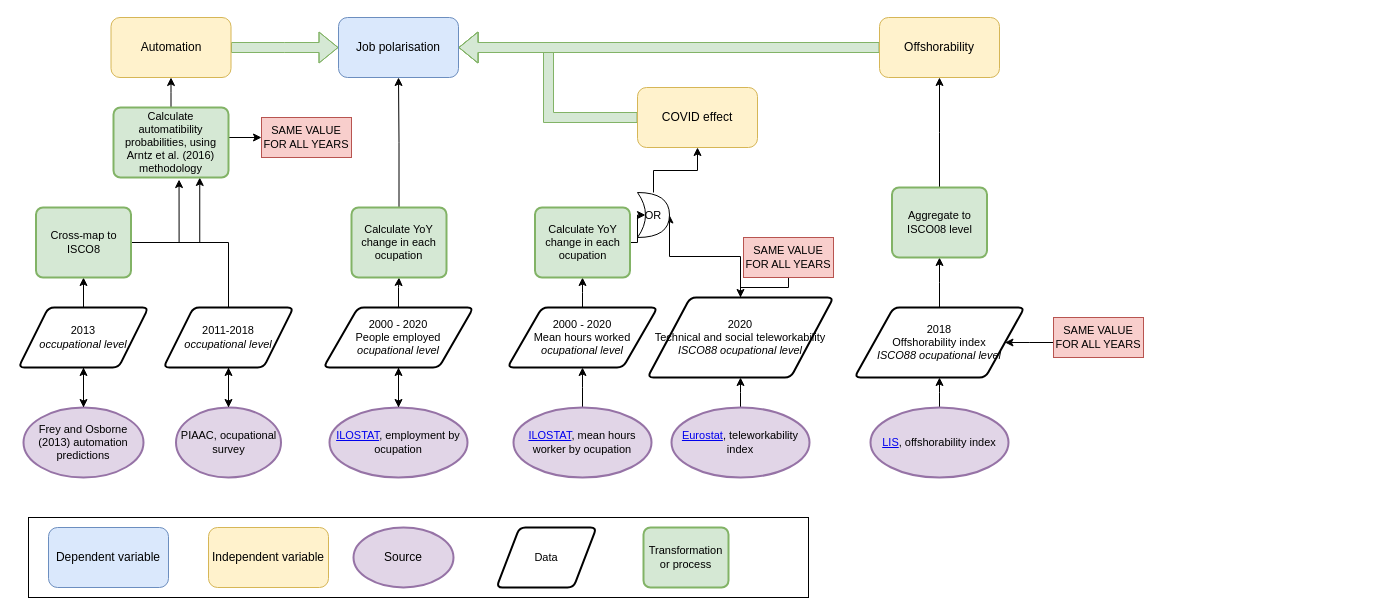
Above: My_bachelor_methodology.drawio in Dmusulas/Statistical-projects (draw.io), before the change. Source tidied: cells renumbered, new cells numbered last; positions are measured from the earlier drawing's top-left corner, leaving out a move shared by most shapes. Both pictures are drawn from the tidied source at 100%, with x=0, y=0 at pixel (18, 17).
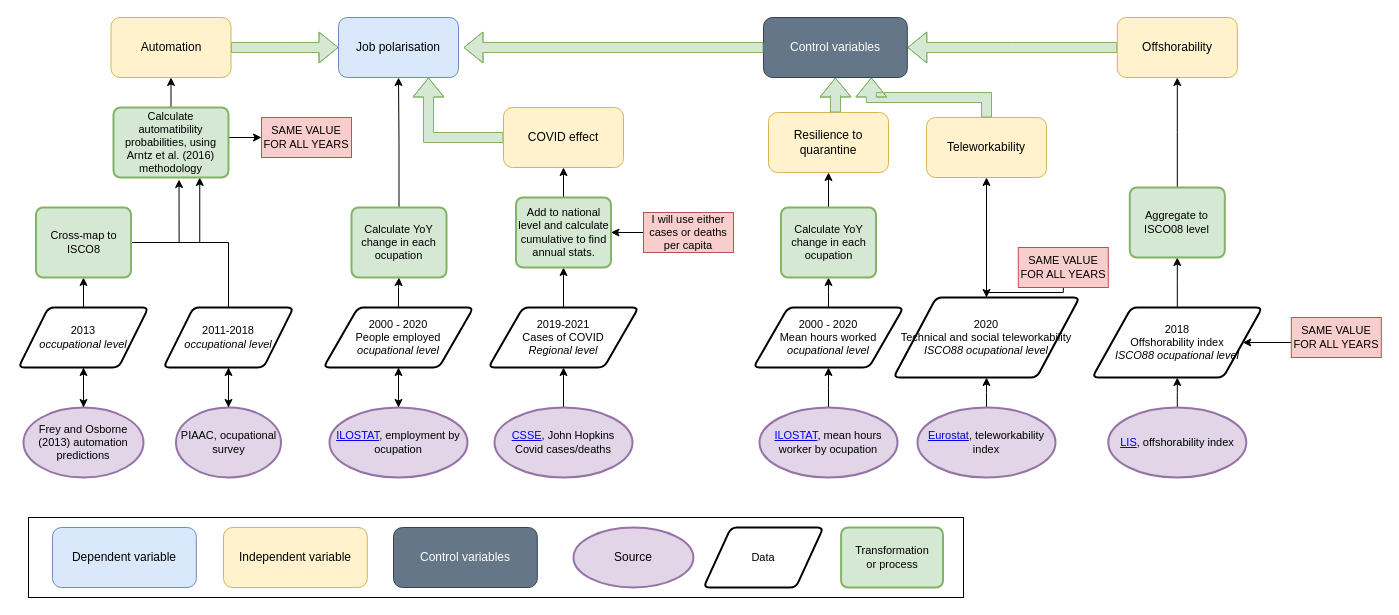
Above is the later version.

The change refers to these unchanged cells:
```xml
<mxCell id="2" value="Job polarisation" style="rounded=1;whiteSpace=wrap;html=1;fillColor=#dae8fc;strokeColor=#6c8ebf;" parent="1" vertex="1">
  <mxGeometry x="320" width="120" height="60" as="geometry" />
</mxCell>
```

Diff of the diagram source:
```diff
@@
-    <mxCell id="10" style="group;" parent="1" vertex="1">
-      <mxGeometry x="10" y="500" width="780" height="80" as="geometry" />
+    <mxCell id="10" style="group;fillColor=#647687;fontColor=#ffffff;strokeColor=#314354;" parent="1" vertex="1">
+      <mxGeometry x="10" y="500" width="935" height="80" as="geometry" />
     </mxCell>
     <mxCell id="11" style="rounded=0;whiteSpace=wrap;html=1;fontStyle=1;" parent="10" vertex="1">
-      <mxGeometry width="780" height="80" as="geometry" />
+      <mxGeometry width="935" height="80" as="geometry" />
     </mxCell>
     <mxCell id="12" value="Dependent variable" style="rounded=1;whiteSpace=wrap;html=1;fillColor=#dae8fc;strokeColor=#6c8ebf;" parent="10" vertex="1">
-      <mxGeometry x="20" y="10" width="120" height="60" as="geometry" />
+      <mxGeometry x="24" y="10" width="143.8" height="60" as="geometry" />
     </mxCell>
     <mxCell id="13" value="Independent variable" style="rounded=1;whiteSpace=wrap;html=1;fillColor=#fff2cc;strokeColor=#d6b656;" parent="10" vertex="1">
-      <mxGeometry x="180" y="10" width="120" height="60" as="geometry" />
+      <mxGeometry x="195" y="10" width="143.8" height="60" as="geometry" />
     </mxCell>
     <mxCell id="14" value="Source" style="strokeWidth=2;html=1;shape=mxgraph.flowchart.start_1;whiteSpace=wrap;fillColor=#e1d5e7;strokeColor=#9673a6;" parent="10" vertex="1">
-      <mxGeometry x="325" y="10" width="100" height="60" as="geometry" />
+      <mxGeometry x="545" y="10" width="119.9" height="60" as="geometry" />
     </mxCell>
     <mxCell id="15" value="Data" style="shape=parallelogram;html=1;strokeWidth=2;perimeter=parallelogramPerimeter;whiteSpace=wrap;rounded=1;arcSize=12;size=0.23;fontSize=11;" parent="10" vertex="1">
-      <mxGeometry x="468" y="10" width="100" height="60" as="geometry" />
+      <mxGeometry x="675" y="10" width="119.9" height="60" as="geometry" />
     </mxCell>
     <mxCell id="16" value="&lt;div&gt;Transformation&lt;/div&gt;&lt;div&gt;or process&lt;/div&gt;" style="rounded=1;whiteSpace=wrap;html=1;absoluteArcSize=1;arcSize=14;strokeWidth=2;fontSize=11;fillColor=#d5e8d4;strokeColor=#82b366;" parent="10" vertex="1">
-      <mxGeometry x="615" y="10" width="85" height="60" as="geometry" />
+      <mxGeometry x="812.6" y="10" width="101.9" height="60" as="geometry" />
     </mxCell>
+    <mxCell id="61" value="&lt;div&gt;Control variables&lt;/div&gt;" style="rounded=1;whiteSpace=wrap;html=1;fillColor=#647687;strokeColor=#314354;fontColor=#ffffff;" parent="10" vertex="1">
+      <mxGeometry x="365" y="10" width="143.8" height="60" as="geometry" />
+    </mxCell>
@@
     <mxCell id="35" value="&lt;a href=&quot;%3CmxGraphModel%3E%3Croot%3E%3CmxCell%20id%3D%220%22%2F%3E%3CmxCell%20id%3D%221%22%20parent%3D%220%22%2F%3E%3CmxCell%20id%3D%222%22%20value%3D%22Automation%22%20style%3D%22rounded%3D1%3BwhiteSpace%3Dwrap%3Bhtml%3D1%3BfillColor%3D%23fff2cc%3BstrokeColor%3D%23d6b656%3B%22%20vertex%3D%221%22%20parent%3D%221%22%3E%3CmxGeometry%20x%3D%22117.5%22%20y%3D%2240%22%20width%3D%22120%22%20height%3D%2260%22%20as%3D%22geometry%22%2F%3E%3C%2FmxCell%3E%3C%2Froot%3E%3C%2FmxGraphModel%3E&quot;&gt;ILOSTAT&lt;/a&gt;, mean hours worker by ocupation" style="strokeWidth=2;html=1;shape=mxgraph.flowchart.start_1;whiteSpace=wrap;fillColor=#e1d5e7;strokeColor=#9673a6;fontSize=11;" parent="1" vertex="1">
-      <mxGeometry x="495" y="390" width="138" height="70" as="geometry" />
+      <mxGeometry x="741" y="390" width="138" height="70" as="geometry" />
     </mxCell>
-    <mxCell id="36" style="edgeStyle=elbowEdgeStyle;rounded=0;jettySize=auto;html=1;entryX=1;entryY=0.5;entryDx=0;entryDy=0;fontSize=11;strokeWidth=1;shape=flexArrow;fillColor=#d5e8d4;strokeColor=#82b366;" parent="1" edge="1" source="37" target="2">
+    <mxCell id="36" style="edgeStyle=orthogonalEdgeStyle;rounded=0;jettySize=auto;html=1;entryX=0.75;entryY=1;entryDx=0;entryDy=0;fontSize=11;strokeWidth=1;shape=flexArrow;fillColor=#d5e8d4;strokeColor=#82b366;" parent="1" edge="1" source="37" target="2">
       <mxGeometry relative="1" as="geometry" />
     </mxCell>
     <mxCell id="37" value="COVID effect" style="rounded=1;whiteSpace=wrap;html=1;fillColor=#fff2cc;strokeColor=#d6b656;" parent="1" vertex="1">
-      <mxGeometry x="619" y="70" width="120" height="60" as="geometry" />
+      <mxGeometry x="485" y="90" width="120" height="60" as="geometry" />
     </mxCell>
@@
     <mxCell id="39" value="&lt;div&gt;2000 - 2020&lt;/div&gt;&lt;div&gt;Mean hours worked &lt;br&gt;&lt;/div&gt;&lt;div&gt;&lt;i&gt;ocupational level&lt;/i&gt;&lt;br&gt;&lt;/div&gt;" style="shape=parallelogram;html=1;strokeWidth=2;perimeter=parallelogramPerimeter;whiteSpace=wrap;rounded=1;arcSize=12;size=0.23;fontSize=11;" parent="1" vertex="1">
-      <mxGeometry x="489" y="290" width="150" height="60" as="geometry" />
+      <mxGeometry x="735" y="290" width="150" height="60" as="geometry" />
     </mxCell>
-    <mxCell id="40" style="edgeStyle=elbowEdgeStyle;rounded=0;jettySize=auto;html=1;entryX=0.25;entryY=0.5;entryDx=0;entryDy=0;entryPerimeter=0;fontSize=11;strokeWidth=1;" parent="1" edge="1" source="41" target="47">
-      <mxGeometry relative="1" as="geometry" />
-    </mxCell>
+    <mxCell id="62" style="edgeStyle=orthogonalEdgeStyle;rounded=0;jettySize=auto;html=1;" parent="1" edge="1" source="41" target="73">
+      <mxGeometry relative="1" as="geometry" />
+    </mxCell>
     <mxCell id="41" value="Calculate YoY change in each ocupation" style="rounded=1;whiteSpace=wrap;html=1;absoluteArcSize=1;arcSize=14;strokeWidth=2;fontSize=11;fillColor=#d5e8d4;strokeColor=#82b366;" parent="1" vertex="1">
-      <mxGeometry x="516.5" y="190" width="95" height="70" as="geometry" />
+      <mxGeometry x="762.5" y="190" width="95" height="70" as="geometry" />
     </mxCell>
@@
     <mxCell id="43" value="&lt;a href=&quot;https://ec.europa.eu/jrc/sites/default/files/jrc121193.pdf&quot;&gt;Eurostat&lt;/a&gt;, teleworkability index" style="strokeWidth=2;html=1;shape=mxgraph.flowchart.start_1;whiteSpace=wrap;fillColor=#e1d5e7;strokeColor=#9673a6;fontSize=11;" parent="1" vertex="1">
-      <mxGeometry x="653" y="390" width="138" height="70" as="geometry" />
+      <mxGeometry x="899" y="390" width="138" height="70" as="geometry" />
     </mxCell>
-    <mxCell id="44" style="edgeStyle=elbowEdgeStyle;rounded=0;jettySize=auto;html=1;entryX=1;entryY=0.5;entryDx=0;entryDy=0;entryPerimeter=0;fontSize=11;strokeWidth=1;elbow=vertical;" parent="1" edge="1" source="45" target="47">
-      <mxGeometry relative="1" as="geometry" />
-    </mxCell>
+    <mxCell id="63" style="edgeStyle=orthogonalEdgeStyle;rounded=0;jettySize=auto;html=1;entryX=0.5;entryY=1;entryDx=0;entryDy=0;" parent="1" edge="1" source="45" target="74">
+      <mxGeometry relative="1" as="geometry" />
+    </mxCell>
     <mxCell id="45" value="&lt;div style=&quot;font-size: 11px&quot;&gt;2020&lt;/div&gt;&lt;div style=&quot;font-size: 11px&quot;&gt;Technical and social teleworkability &lt;br style=&quot;font-size: 11px&quot;&gt;&lt;/div&gt;&lt;div style=&quot;font-size: 11px&quot;&gt;&lt;i style=&quot;font-size: 11px&quot;&gt;ISCO88 ocupational level&lt;/i&gt;&lt;br style=&quot;font-size: 11px&quot;&gt;&lt;/div&gt;" style="shape=parallelogram;html=1;strokeWidth=2;perimeter=parallelogramPerimeter;whiteSpace=wrap;rounded=1;arcSize=12;size=0.23;fontSize=11;" parent="1" vertex="1">
-      <mxGeometry x="629" y="280" width="186" height="80" as="geometry" />
+      <mxGeometry x="875" y="280" width="186" height="80" as="geometry" />
     </mxCell>
-    <mxCell id="46" style="edgeStyle=elbowEdgeStyle;rounded=0;jettySize=auto;elbow=vertical;html=1;entryX=0.5;entryY=1;entryDx=0;entryDy=0;fontSize=11;strokeWidth=1;" parent="1" edge="1" source="47" target="37">
-      <mxGeometry relative="1" as="geometry" />
-    </mxCell>
-    <mxCell id="47" value="OR" style="shape=xor;whiteSpace=wrap;html=1;fontSize=11;" parent="1" vertex="1">
-      <mxGeometry x="619" y="175" width="32" height="45" as="geometry" />
-    </mxCell>
@@
     <mxCell id="50" value="SAME VALUE FOR ALL YEARS" style="rounded=0;whiteSpace=wrap;html=1;fontSize=11;fillColor=#f8cecc;strokeColor=#b85450;" parent="1" vertex="1">
-      <mxGeometry x="725" y="220" width="90" height="40" as="geometry" />
+      <mxGeometry x="999.8" y="230" width="90" height="40" as="geometry" />
     </mxCell>
-    <mxCell id="51" style="edgeStyle=elbowEdgeStyle;rounded=0;jettySize=auto;elbow=vertical;html=1;fontSize=11;strokeWidth=1;shape=flexArrow;fillColor=#d5e8d4;strokeColor=#82b366;" parent="1" edge="1" source="52" target="2">
+    <mxCell id="51" style="edgeStyle=elbowEdgeStyle;rounded=0;jettySize=auto;elbow=vertical;html=1;fontSize=11;strokeWidth=1;shape=flexArrow;fillColor=#d5e8d4;strokeColor=#82b366;entryX=1;entryY=0.5;entryDx=0;entryDy=0;" parent="1" edge="1" source="52" target="64">
       <mxGeometry relative="1" as="geometry" />
     </mxCell>
     <mxCell id="52" value="Offshorability" style="rounded=1;whiteSpace=wrap;html=1;fillColor=#fff2cc;strokeColor=#d6b656;" parent="1" vertex="1">
-      <mxGeometry x="861" width="120" height="60" as="geometry" />
+      <mxGeometry x="1098.8" width="120" height="60" as="geometry" />
     </mxCell>
-    <mxCell id="53" style="edgeStyle=elbowEdgeStyle;rounded=0;jettySize=auto;elbow=vertical;html=1;fontSize=11;strokeWidth=1;" parent="1" edge="1" source="54" target="56">
-      <mxGeometry relative="1" as="geometry" />
+    <mxCell id="53" style="edgeStyle=elbowEdgeStyle;rounded=0;jettySize=auto;elbow=vertical;html=1;fontSize=11;strokeWidth=1;" parent="1" edge="1" source="54">
+      <mxGeometry relative="1" as="geometry">
+        <mxPoint x="1158.8" y="360" as="targetPoint" />
+      </mxGeometry>
     </mxCell>
     <mxCell id="54" value="&lt;a href=&quot;https://www.lisdatacenter.org/resources/other-databases/?highlight=offshoring&quot;&gt;LIS&lt;/a&gt;, offshorability index" style="strokeWidth=2;html=1;shape=mxgraph.flowchart.start_1;whiteSpace=wrap;fillColor=#e1d5e7;strokeColor=#9673a6;fontSize=11;" parent="1" vertex="1">
-      <mxGeometry x="852" y="390" width="138" height="70" as="geometry" />
+      <mxGeometry x="1089.8" y="390" width="138" height="70" as="geometry" />
     </mxCell>
-    <mxCell id="55" style="edgeStyle=elbowEdgeStyle;rounded=0;jettySize=auto;elbow=vertical;html=1;fontSize=11;strokeWidth=1;" parent="1" edge="1" source="56" target="58">
-      <mxGeometry relative="1" as="geometry" />
+    <mxCell id="55" style="edgeStyle=elbowEdgeStyle;rounded=0;jettySize=auto;elbow=vertical;html=1;fontSize=11;strokeWidth=1;" parent="1" edge="1" target="58">
+      <mxGeometry relative="1" as="geometry">
+        <mxPoint x="1158.8" y="290" as="sourcePoint" />
+      </mxGeometry>
     </mxCell>
     <mxCell id="56" value="2018&lt;br&gt;&lt;div style=&quot;font-size: 11px&quot;&gt;Offshorability index &lt;br style=&quot;font-size: 11px&quot;&gt;&lt;/div&gt;&lt;div style=&quot;font-size: 11px&quot;&gt;&lt;i style=&quot;font-size: 11px&quot;&gt;ISCO88 ocupational level&lt;/i&gt;&lt;br style=&quot;font-size: 11px&quot;&gt;&lt;/div&gt;" style="shape=parallelogram;html=1;strokeWidth=2;perimeter=parallelogramPerimeter;whiteSpace=wrap;rounded=1;arcSize=12;size=0.23;fontSize=11;" parent="1" vertex="1">
-      <mxGeometry x="836" y="290" width="170" height="70" as="geometry" />
+      <mxGeometry x="1073.8" y="290" width="170" height="70" as="geometry" />
     </mxCell>
@@
     <mxCell id="58" value="Aggregate to ISCO08 level" style="rounded=1;whiteSpace=wrap;html=1;absoluteArcSize=1;arcSize=14;strokeWidth=2;fontSize=11;fillColor=#d5e8d4;strokeColor=#82b366;" parent="1" vertex="1">
-      <mxGeometry x="873.5" y="170" width="95" height="70" as="geometry" />
+      <mxGeometry x="1111.3" y="170" width="95" height="70" as="geometry" />
     </mxCell>
-    <mxCell id="59" style="edgeStyle=elbowEdgeStyle;rounded=0;jettySize=auto;elbow=vertical;html=1;entryX=1;entryY=0.5;entryDx=0;entryDy=0;fontSize=11;strokeWidth=1;" parent="1" edge="1" source="60" target="56">
-      <mxGeometry relative="1" as="geometry" />
+    <mxCell id="59" style="edgeStyle=elbowEdgeStyle;rounded=0;jettySize=auto;elbow=vertical;html=1;entryX=1;entryY=0.5;entryDx=0;entryDy=0;fontSize=11;strokeWidth=1;" parent="1" edge="1" source="60">
+      <mxGeometry relative="1" as="geometry">
+        <mxPoint x="1224.3" y="325" as="targetPoint" />
+      </mxGeometry>
     </mxCell>
     <mxCell id="60" value="SAME VALUE FOR ALL YEARS" style="rounded=0;whiteSpace=wrap;html=1;fontSize=11;fillColor=#f8cecc;strokeColor=#b85450;" parent="1" vertex="1">
-      <mxGeometry x="1035" y="300" width="90" height="40" as="geometry" />
+      <mxGeometry x="1272.8" y="300" width="90" height="40" as="geometry" />
     </mxCell>
+    <mxCell id="64" value="&lt;div&gt;Control variables&lt;/div&gt;" style="rounded=1;whiteSpace=wrap;html=1;fillColor=#647687;strokeColor=#314354;fontColor=#ffffff;" parent="1" vertex="1">
+      <mxGeometry x="745" width="143.8" height="60" as="geometry" />
+    </mxCell>
+    <mxCell id="65" style="edgeStyle=orthogonalEdgeStyle;rounded=0;jettySize=auto;html=1;" parent="1" edge="1" source="66" target="68">
+      <mxGeometry relative="1" as="geometry" />
+    </mxCell>
+    <mxCell id="66" value="&lt;div&gt;&lt;a href=&quot;https://github.com/Dmusulas/COVID-19&quot;&gt;CSSE&lt;/a&gt;, John Hopkins&lt;/div&gt;&lt;div&gt;Covid cases/deaths&lt;br&gt;&lt;/div&gt;" style="strokeWidth=2;html=1;shape=mxgraph.flowchart.start_1;whiteSpace=wrap;fillColor=#e1d5e7;strokeColor=#9673a6;fontSize=11;" parent="1" vertex="1">
+      <mxGeometry x="476" y="390" width="138" height="70" as="geometry" />
+    </mxCell>
+    <mxCell id="67" style="edgeStyle=orthogonalEdgeStyle;rounded=0;jettySize=auto;html=1;" parent="1" edge="1" source="68" target="70">
+      <mxGeometry relative="1" as="geometry" />
+    </mxCell>
+    <mxCell id="68" value="&lt;div&gt;2019-2021&lt;/div&gt;&lt;div&gt;Cases of COVID&lt;br&gt;&lt;/div&gt;&lt;div&gt;&lt;i&gt;Regional level&lt;/i&gt;&lt;br&gt;&lt;/div&gt;" style="shape=parallelogram;html=1;strokeWidth=2;perimeter=parallelogramPerimeter;whiteSpace=wrap;rounded=1;arcSize=12;size=0.23;fontSize=11;" parent="1" vertex="1">
+      <mxGeometry x="470" y="290" width="150" height="60" as="geometry" />
+    </mxCell>
+    <mxCell id="69" style="edgeStyle=orthogonalEdgeStyle;rounded=0;jettySize=auto;html=1;" parent="1" edge="1" source="70" target="37">
+      <mxGeometry relative="1" as="geometry" />
+    </mxCell>
+    <mxCell id="70" value="Add to national level and calculate cumulative to find annual stats." style="rounded=1;whiteSpace=wrap;html=1;absoluteArcSize=1;arcSize=14;strokeWidth=2;fontSize=11;fillColor=#d5e8d4;strokeColor=#82b366;" parent="1" vertex="1">
+      <mxGeometry x="497.5" y="180" width="95" height="70" as="geometry" />
+    </mxCell>
+    <mxCell id="71" style="edgeStyle=orthogonalEdgeStyle;rounded=0;jettySize=auto;html=1;" parent="1" edge="1" source="72" target="70">
+      <mxGeometry relative="1" as="geometry" />
+    </mxCell>
+    <mxCell id="72" value="I will use either cases or deaths per capita" style="rounded=0;whiteSpace=wrap;html=1;fontSize=11;fillColor=#f8cecc;strokeColor=#b85450;" parent="1" vertex="1">
+      <mxGeometry x="625" y="195" width="90" height="40" as="geometry" />
+    </mxCell>
+    <mxCell id="73" value="Resilience to quarantine" style="rounded=1;whiteSpace=wrap;html=1;fillColor=#fff2cc;strokeColor=#d6b656;" parent="1" vertex="1">
+      <mxGeometry x="750" y="95" width="120" height="60" as="geometry" />
+    </mxCell>
+    <mxCell id="74" value="Teleworkability " style="rounded=1;whiteSpace=wrap;html=1;fillColor=#fff2cc;strokeColor=#d6b656;" parent="1" vertex="1">
+      <mxGeometry x="908" y="100" width="120" height="60" as="geometry" />
+    </mxCell>
+    <mxCell id="75" style="edgeStyle=elbowEdgeStyle;rounded=0;jettySize=auto;elbow=vertical;html=1;fontSize=11;strokeWidth=1;shape=flexArrow;fillColor=#d5e8d4;strokeColor=#82b366;entryX=0.75;entryY=1;entryDx=0;entryDy=0;exitX=0.5;exitY=0;exitDx=0;exitDy=0;" parent="1" edge="1" source="74" target="64">
+      <mxGeometry relative="1" as="geometry" />
+    </mxCell>
+    <mxCell id="76" style="edgeStyle=elbowEdgeStyle;rounded=0;jettySize=auto;elbow=vertical;html=1;fontSize=11;strokeWidth=1;shape=flexArrow;fillColor=#d5e8d4;strokeColor=#82b366;entryX=0.5;entryY=1;entryDx=0;entryDy=0;" parent="1" edge="1" target="64">
+      <mxGeometry relative="1" as="geometry">
+        <mxPoint x="817" y="95" as="sourcePoint" />
+      </mxGeometry>
+    </mxCell>
+    <mxCell id="77" style="edgeStyle=elbowEdgeStyle;rounded=0;orthogonalLoop=1;jettySize=auto;elbow=vertical;html=1;fontSize=11;strokeWidth=1;shape=flexArrow;fillColor=#d5e8d4;strokeColor=#82b366;" parent="1" edge="1">
+      <mxGeometry relative="1" as="geometry">
+        <mxPoint x="745" y="30" as="sourcePoint" />
+        <mxPoint x="445" y="30" as="targetPoint" />
+      </mxGeometry>
+    </mxCell>
```
